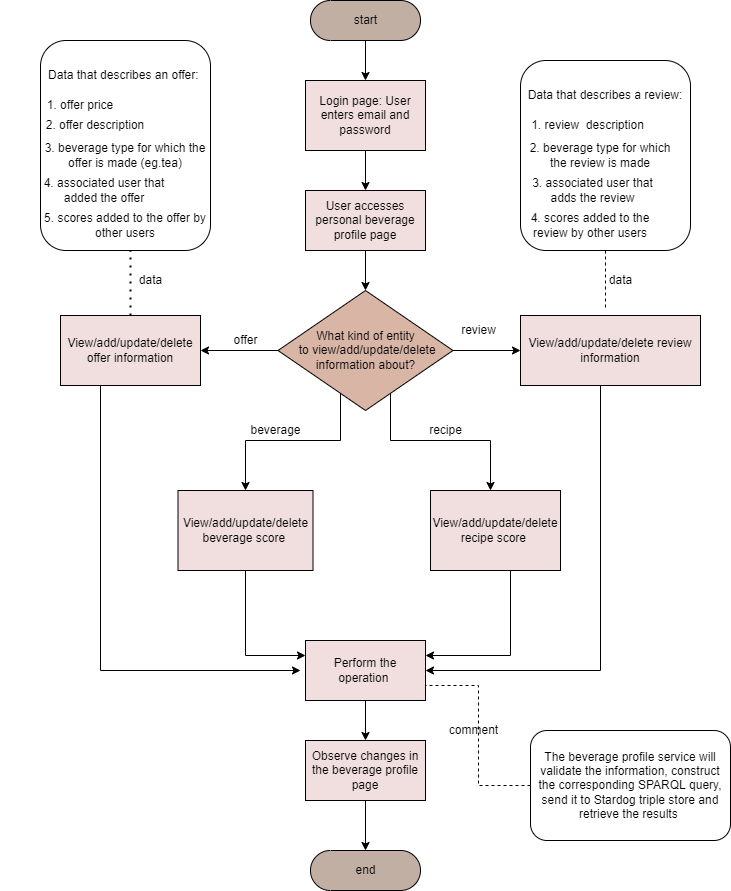
Above: final-deliverables/diagrams/task/task_beverage_profile.png in Elaech/Wade-BeM (draw.io), before the change. Source tidied: cells renumbered, new cells last; positions are measured from the earlier drawing's top-left corner, leaving out a move shared by most shapes. Source of this version:
```xml
<mxGraphModel>
  <root>
    <mxCell id="0" />
    <mxCell id="1" parent="0" />
    <mxCell id="2" style="edgeStyle=orthogonalEdgeStyle;rounded=0;jettySize=auto;html=1;" parent="1" edge="1" source="3" target="5">
      <mxGeometry relative="1" as="geometry" />
    </mxCell>
    <mxCell id="3" value="start" style="html=1;dashed=0;whitespace=wrap;shape=mxgraph.dfd.start;fillColor=#C2AFA4;" parent="1" vertex="1">
      <mxGeometry x="310" width="110" height="40" as="geometry" />
    </mxCell>
    <mxCell id="4" style="edgeStyle=orthogonalEdgeStyle;rounded=0;jettySize=auto;html=1;entryX=0.5;entryY=0;entryDx=0;entryDy=0;" parent="1" edge="1" source="5" target="7">
      <mxGeometry relative="1" as="geometry" />
    </mxCell>
    <mxCell id="5" value="Login page: User enters email and password" style="rounded=0;whiteSpace=wrap;html=1;fillColor=#F1DEDE;" parent="1" vertex="1">
      <mxGeometry x="305" y="80" width="120" height="70" as="geometry" />
    </mxCell>
    <mxCell id="6" style="edgeStyle=orthogonalEdgeStyle;rounded=0;jettySize=auto;html=1;entryX=0.5;entryY=0;entryDx=0;entryDy=0;" parent="1" edge="1" source="7" target="12">
      <mxGeometry relative="1" as="geometry" />
    </mxCell>
    <mxCell id="7" value="User accesses personal beverage profile page" style="rounded=0;whiteSpace=wrap;html=1;fillColor=#F1DEDE;" parent="1" vertex="1">
      <mxGeometry x="305" y="190" width="120" height="60" as="geometry" />
    </mxCell>
    <mxCell id="8" style="edgeStyle=orthogonalEdgeStyle;rounded=0;jettySize=auto;html=1;entryX=1;entryY=0.5;entryDx=0;entryDy=0;" parent="1" edge="1" source="12" target="14">
      <mxGeometry relative="1" as="geometry" />
    </mxCell>
    <mxCell id="9" style="edgeStyle=orthogonalEdgeStyle;rounded=0;jettySize=auto;html=1;entryX=0;entryY=0.5;entryDx=0;entryDy=0;" parent="1" edge="1" source="12" target="16">
      <mxGeometry relative="1" as="geometry" />
    </mxCell>
    <mxCell id="10" style="edgeStyle=orthogonalEdgeStyle;rounded=0;jettySize=auto;html=1;entryX=0.5;entryY=0;entryDx=0;entryDy=0;" parent="1" edge="1" source="12" target="18">
      <mxGeometry relative="1" as="geometry">
        <Array as="points">
          <mxPoint x="340" y="440" />
          <mxPoint x="245" y="440" />
        </Array>
      </mxGeometry>
    </mxCell>
    <mxCell id="11" style="edgeStyle=orthogonalEdgeStyle;rounded=0;jettySize=auto;html=1;" parent="1" edge="1" source="12" target="20">
      <mxGeometry relative="1" as="geometry">
        <Array as="points">
          <mxPoint x="390" y="440" />
          <mxPoint x="490" y="440" />
        </Array>
      </mxGeometry>
    </mxCell>
    <mxCell id="12" value="What kind of entity&lt;br&gt;&amp;nbsp;to view/add/update/delete information about?" style="rhombus;whiteSpace=wrap;html=1;fillColor=#D9B5A6;" parent="1" vertex="1">
      <mxGeometry x="277.5" y="290" width="175" height="120" as="geometry" />
    </mxCell>
    <mxCell id="13" style="edgeStyle=orthogonalEdgeStyle;rounded=0;jettySize=auto;html=1;" parent="1" edge="1" source="14">
      <mxGeometry relative="1" as="geometry">
        <mxPoint x="300" y="670" as="targetPoint" />
        <Array as="points">
          <mxPoint x="100" y="670" />
        </Array>
      </mxGeometry>
    </mxCell>
    <mxCell id="14" value="View/add/update/delete offer information" style="rounded=0;whiteSpace=wrap;html=1;fillColor=#F1DEDE;" parent="1" vertex="1">
      <mxGeometry x="60" y="315" width="140" height="70" as="geometry" />
    </mxCell>
    <mxCell id="15" style="edgeStyle=orthogonalEdgeStyle;rounded=0;jettySize=auto;html=1;entryX=1;entryY=0.5;entryDx=0;entryDy=0;" parent="1" edge="1" source="16" target="26">
      <mxGeometry relative="1" as="geometry">
        <Array as="points">
          <mxPoint x="600" y="670" />
        </Array>
      </mxGeometry>
    </mxCell>
    <mxCell id="16" value="View/add/update/delete review information" style="rounded=0;whiteSpace=wrap;html=1;fillColor=#F1DEDE;" parent="1" vertex="1">
      <mxGeometry x="520" y="315" width="180" height="70" as="geometry" />
    </mxCell>
    <mxCell id="17" style="edgeStyle=orthogonalEdgeStyle;rounded=0;jettySize=auto;html=1;entryX=0;entryY=0.25;entryDx=0;entryDy=0;" parent="1" edge="1" source="18" target="26">
      <mxGeometry relative="1" as="geometry" />
    </mxCell>
    <mxCell id="18" value="View/add/update/delete beverage score&amp;nbsp;" style="rounded=0;whiteSpace=wrap;html=1;fillColor=#F1DEDE;" parent="1" vertex="1">
      <mxGeometry x="177.5" y="490" width="135" height="80" as="geometry" />
    </mxCell>
    <mxCell id="19" style="edgeStyle=orthogonalEdgeStyle;rounded=0;jettySize=auto;html=1;entryX=1;entryY=0.25;entryDx=0;entryDy=0;" parent="1" edge="1" source="20" target="26">
      <mxGeometry relative="1" as="geometry">
        <Array as="points">
          <mxPoint x="510" y="655" />
        </Array>
      </mxGeometry>
    </mxCell>
    <mxCell id="20" value="View/add/update/delete&lt;br&gt;recipe score&amp;nbsp;" style="rounded=0;whiteSpace=wrap;html=1;fillColor=#F1DEDE;" parent="1" vertex="1">
      <mxGeometry x="430" y="490" width="130" height="80" as="geometry" />
    </mxCell>
    <mxCell id="21" value="offer" style="text;html=1;align=center;verticalAlign=middle;strokeColor=none;fillColor=none;" parent="1" vertex="1">
      <mxGeometry x="225" y="330" width="40" height="20" as="geometry" />
    </mxCell>
    <mxCell id="22" value="beverage" style="text;html=1;align=center;verticalAlign=middle;strokeColor=none;fillColor=none;" parent="1" vertex="1">
      <mxGeometry x="240" y="420" width="70" height="20" as="geometry" />
    </mxCell>
    <mxCell id="23" value="recipe" style="text;html=1;align=center;verticalAlign=middle;strokeColor=none;fillColor=none;" parent="1" vertex="1">
      <mxGeometry x="420" y="420" width="50" height="20" as="geometry" />
    </mxCell>
    <mxCell id="24" value="review" style="text;html=1;align=center;verticalAlign=middle;strokeColor=none;fillColor=none;" parent="1" vertex="1">
      <mxGeometry x="452.5" y="320" width="50" height="20" as="geometry" />
    </mxCell>
    <mxCell id="25" style="edgeStyle=orthogonalEdgeStyle;rounded=0;jettySize=auto;html=1;entryX=0.5;entryY=0;entryDx=0;entryDy=0;" parent="1" edge="1" source="26" target="28">
      <mxGeometry relative="1" as="geometry" />
    </mxCell>
    <mxCell id="26" value="Perform the operation&amp;nbsp;" style="rounded=0;whiteSpace=wrap;html=1;fillColor=#F1DEDE;" parent="1" vertex="1">
      <mxGeometry x="305" y="640" width="120" height="60" as="geometry" />
    </mxCell>
    <mxCell id="27" style="edgeStyle=orthogonalEdgeStyle;rounded=0;jettySize=auto;html=1;" parent="1" edge="1" source="28" target="29">
      <mxGeometry relative="1" as="geometry" />
    </mxCell>
    <mxCell id="28" value="Observe changes in the beverage profile page" style="rounded=0;whiteSpace=wrap;html=1;fillColor=#F1DEDE;" parent="1" vertex="1">
      <mxGeometry x="305" y="740" width="120" height="60" as="geometry" />
    </mxCell>
    <mxCell id="29" value="end" style="html=1;dashed=0;whitespace=wrap;shape=mxgraph.dfd.start;fillColor=#C2AFA4;" parent="1" vertex="1">
      <mxGeometry x="310" y="850" width="110" height="40" as="geometry" />
    </mxCell>
    <mxCell id="30" style="edgeStyle=orthogonalEdgeStyle;rounded=0;jettySize=auto;html=1;entryX=1;entryY=0.75;entryDx=0;entryDy=0;dashed=1;endArrow=none;endFill=0;" parent="1" edge="1" source="31" target="26">
      <mxGeometry relative="1" as="geometry">
        <Array as="points">
          <mxPoint x="478" y="785" />
          <mxPoint x="478" y="685" />
        </Array>
      </mxGeometry>
    </mxCell>
    <mxCell id="31" value="The beverage profile service will validate the information, construct the corresponding SPARQL query, send it to Stardog triple store and retrieve the results&amp;nbsp;" style="rounded=1;whiteSpace=wrap;html=1;" parent="1" vertex="1">
      <mxGeometry x="530" y="730" width="200" height="110" as="geometry" />
    </mxCell>
    <mxCell id="32" value="comment" style="text;html=1;align=center;verticalAlign=middle;strokeColor=none;fillColor=none;" parent="1" vertex="1">
      <mxGeometry x="442.5" y="720" width="60" height="20" as="geometry" />
    </mxCell>
    <mxCell id="33" style="endArrow=none;dashed=1;html=1;dashPattern=1 3;strokeWidth=2;rounded=0;exitX=0.5;exitY=0;exitDx=0;exitDy=0;" parent="1" edge="1" source="14">
      <mxGeometry relative="1" as="geometry">
        <mxPoint x="130" y="250" as="targetPoint" />
      </mxGeometry>
    </mxCell>
    <mxCell id="34" style="rounded=1;whiteSpace=wrap;html=1;" parent="1" vertex="1">
      <mxGeometry x="40" y="40" width="170" height="210" as="geometry" />
    </mxCell>
    <mxCell id="35" value="data" style="text;html=1;align=center;verticalAlign=middle;strokeColor=none;fillColor=none;" parent="1" vertex="1">
      <mxGeometry x="130" y="270" width="40" height="20" as="geometry" />
    </mxCell>
    <mxCell id="36" style="edgeStyle=orthogonalEdgeStyle;rounded=0;jettySize=auto;html=1;dashed=1;endArrow=none;endFill=0;" parent="1" edge="1" source="37">
      <mxGeometry relative="1" as="geometry">
        <mxPoint x="605" y="310" as="targetPoint" />
      </mxGeometry>
    </mxCell>
    <mxCell id="37" style="rounded=1;whiteSpace=wrap;html=1;" parent="1" vertex="1">
      <mxGeometry x="520" y="60" width="170" height="190" as="geometry" />
    </mxCell>
    <mxCell id="38" value="data" style="text;html=1;align=center;verticalAlign=middle;strokeColor=none;fillColor=none;" parent="1" vertex="1">
      <mxGeometry x="600" y="270" width="40" height="20" as="geometry" />
    </mxCell>
    <mxCell id="39" value="Data that describes an offer:&amp;nbsp;" style="text;html=1;strokeColor=none;fillColor=none;align=center;verticalAlign=middle;whiteSpace=wrap;rounded=0;" parent="1" vertex="1">
      <mxGeometry x="45" y="60" width="160" height="30" as="geometry" />
    </mxCell>
    <mxCell id="40" value="1. offer price" style="text;html=1;strokeColor=none;fillColor=none;align=center;verticalAlign=middle;whiteSpace=wrap;rounded=0;" parent="1" vertex="1">
      <mxGeometry y="90" width="160" height="30" as="geometry" />
    </mxCell>
    <mxCell id="41" value="2. offer description" style="text;html=1;strokeColor=none;fillColor=none;align=center;verticalAlign=middle;whiteSpace=wrap;rounded=0;" parent="1" vertex="1">
      <mxGeometry x="30" y="110" width="130" height="30" as="geometry" />
    </mxCell>
    <mxCell id="42" value="3. beverage type for which the offer is made (eg.tea)" style="text;html=1;strokeColor=none;fillColor=none;align=center;verticalAlign=middle;whiteSpace=wrap;rounded=0;" parent="1" vertex="1">
      <mxGeometry x="40" y="140" width="170" height="30" as="geometry" />
    </mxCell>
    <mxCell id="43" value="4. associated user that added the offer" style="text;html=1;strokeColor=none;fillColor=none;align=center;verticalAlign=middle;whiteSpace=wrap;rounded=0;" parent="1" vertex="1">
      <mxGeometry x="30" y="175" width="147.5" height="30" as="geometry" />
    </mxCell>
    <mxCell id="44" value="Data that describes a review:" style="text;html=1;strokeColor=none;fillColor=none;align=center;verticalAlign=middle;whiteSpace=wrap;rounded=0;" parent="1" vertex="1">
      <mxGeometry x="525" y="80" width="160" height="30" as="geometry" />
    </mxCell>
    <mxCell id="45" value="1. review&amp;nbsp; description" style="text;html=1;strokeColor=none;fillColor=none;align=center;verticalAlign=middle;whiteSpace=wrap;rounded=0;" parent="1" vertex="1">
      <mxGeometry x="525" y="110" width="125" height="30" as="geometry" />
    </mxCell>
    <mxCell id="46" value="5. scores added to the offer by other users" style="text;html=1;strokeColor=none;fillColor=none;align=center;verticalAlign=middle;whiteSpace=wrap;rounded=0;" parent="1" vertex="1">
      <mxGeometry x="40" y="210" width="170" height="30" as="geometry" />
    </mxCell>
    <mxCell id="47" value="2. beverage type for which the review is made" style="text;html=1;strokeColor=none;fillColor=none;align=center;verticalAlign=middle;whiteSpace=wrap;rounded=0;" parent="1" vertex="1">
      <mxGeometry x="520" y="140" width="160" height="30" as="geometry" />
    </mxCell>
    <mxCell id="48" value="3. associated user that adds the review" style="text;html=1;strokeColor=none;fillColor=none;align=center;verticalAlign=middle;whiteSpace=wrap;rounded=0;" parent="1" vertex="1">
      <mxGeometry x="520" y="175" width="145" height="30" as="geometry" />
    </mxCell>
    <mxCell id="49" value="4. scores added to the review by other users" style="text;html=1;strokeColor=none;fillColor=none;align=center;verticalAlign=middle;whiteSpace=wrap;rounded=0;" parent="1" vertex="1">
      <mxGeometry x="515" y="210" width="150" height="30" as="geometry" />
    </mxCell>
  </root>
</mxGraphModel>
```
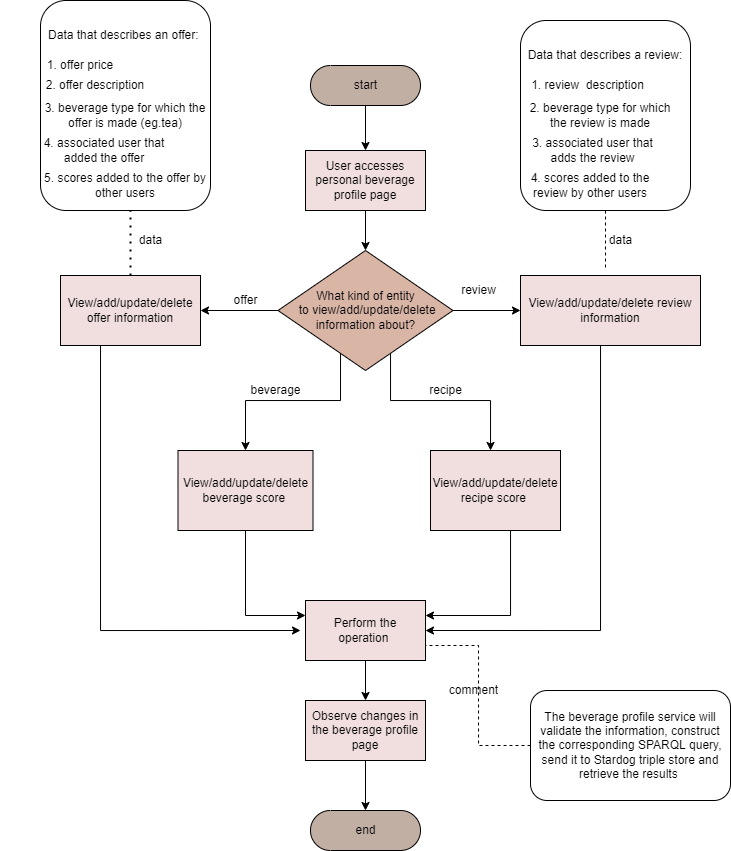
Later version of the same file.

The edit, as a diff of the source:
```diff
@@ -2,18 +2,12 @@
   <root>
     <mxCell id="0" />
     <mxCell id="1" parent="0" />
-    <mxCell id="2" style="edgeStyle=orthogonalEdgeStyle;rounded=0;jettySize=auto;html=1;" parent="1" edge="1" source="3" target="5">
+    <mxCell id="2" style="edgeStyle=orthogonalEdgeStyle;rounded=0;jettySize=auto;html=1;entryX=0.5;entryY=0;entryDx=0;entryDy=0;" parent="1" edge="1" source="3" target="7">
       <mxGeometry relative="1" as="geometry" />
     </mxCell>
     <mxCell id="3" value="start" style="html=1;dashed=0;whitespace=wrap;shape=mxgraph.dfd.start;fillColor=#C2AFA4;" parent="1" vertex="1">
-      <mxGeometry x="310" width="110" height="40" as="geometry" />
+      <mxGeometry x="310" y="105" width="110" height="40" as="geometry" />
     </mxCell>
-    <mxCell id="4" style="edgeStyle=orthogonalEdgeStyle;rounded=0;jettySize=auto;html=1;entryX=0.5;entryY=0;entryDx=0;entryDy=0;" parent="1" edge="1" source="5" target="7">
-      <mxGeometry relative="1" as="geometry" />
-    </mxCell>
-    <mxCell id="5" value="Login page: User enters email and password" style="rounded=0;whiteSpace=wrap;html=1;fillColor=#F1DEDE;" parent="1" vertex="1">
-      <mxGeometry x="305" y="80" width="120" height="70" as="geometry" />
-    </mxCell>
     <mxCell id="6" style="edgeStyle=orthogonalEdgeStyle;rounded=0;jettySize=auto;html=1;entryX=0.5;entryY=0;entryDx=0;entryDy=0;" parent="1" edge="1" source="7" target="12">
       <mxGeometry relative="1" as="geometry" />
     </mxCell>
```
